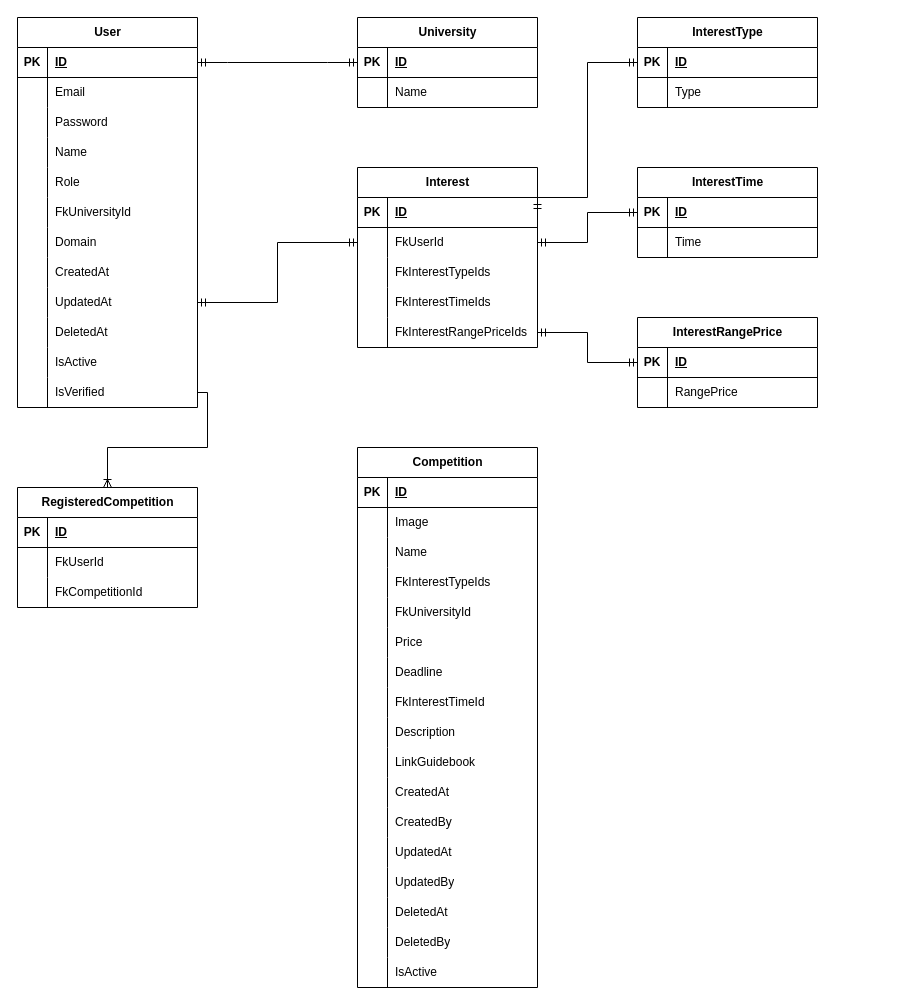
Above: compedia.drawio in centwong/Compedia-BE (draw.io), before the change. Source tidied: cells renumbered, new cells numbered last; positions are measured from the earlier drawing's top-left corner, leaving out a move shared by most shapes. Both pictures are drawn from the tidied source at 100%, with x=0, y=0 at pixel (17, 17).
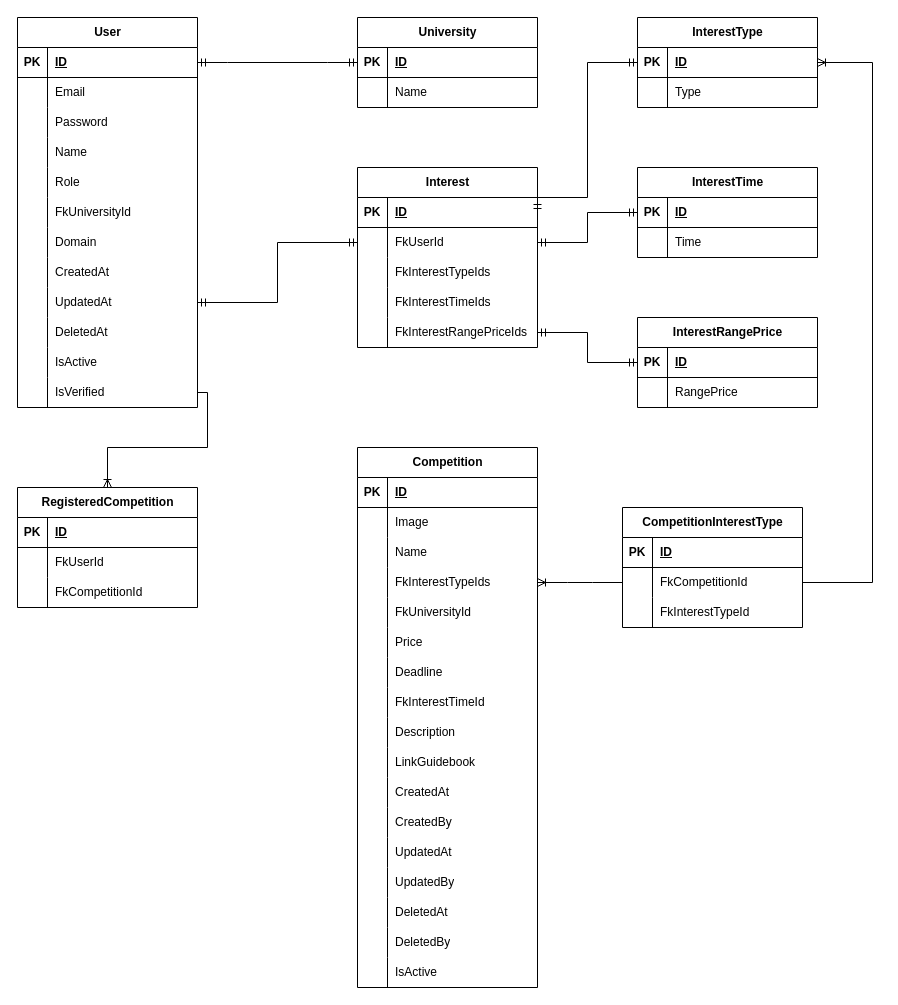
The same diagram, later.

The change refers to these unchanged cells:
```xml
<mxCell id="63" style="shape=tableRow;horizontal=0;startSize=0;swimlaneHead=0;swimlaneBody=0;fillColor=none;points=[[0,0.5],[1,0.5]];portConstraint=eastwest;top=0;left=0;right=0;bottom=1;" parent="62" vertex="1">
  <mxGeometry y="30" width="180" height="30" as="geometry" />
</mxCell>
<mxCell id="98" style="shape=tableRow;horizontal=0;startSize=0;swimlaneHead=0;swimlaneBody=0;fillColor=none;points=[[0,0.5],[1,0.5]];portConstraint=eastwest;top=0;left=0;right=0;bottom=0;" parent="88" vertex="1">
  <mxGeometry y="120" width="180" height="30" as="geometry" />
</mxCell>
```

The edit, as a diff of the source:
```diff
@@
+    <mxCell id="151" value="CompetitionInterestType" style="shape=table;startSize=30;childLayout=tableLayout;rowLines=0;fontStyle=1;align=center;html=1;" parent="1" vertex="1">
+      <mxGeometry x="605" y="490" width="180" height="120" as="geometry" />
+    </mxCell>
+    <mxCell id="152" style="shape=tableRow;horizontal=0;startSize=0;swimlaneHead=0;swimlaneBody=0;fillColor=none;top=0;left=0;right=0;bottom=1;" parent="151" vertex="1">
+      <mxGeometry y="30" width="180" height="30" as="geometry" />
+    </mxCell>
+    <mxCell id="153" value="PK" style="shape=partialRectangle;fillColor=none;top=0;left=0;bottom=0;right=0;fontStyle=1;overflow=hidden;whiteSpace=wrap;html=1;" parent="152" vertex="1">
+      <mxGeometry width="30" height="30" as="geometry" />
+    </mxCell>
+    <mxCell id="154" value="ID" style="shape=partialRectangle;fillColor=none;top=0;left=0;bottom=0;right=0;align=left;spacingLeft=6;fontStyle=5;overflow=hidden;whiteSpace=wrap;html=1;" parent="152" vertex="1">
+      <mxGeometry x="30" width="150" height="30" as="geometry" />
+    </mxCell>
+    <mxCell id="155" style="shape=tableRow;horizontal=0;startSize=0;swimlaneHead=0;swimlaneBody=0;fillColor=none;points=[[0,0.5],[1,0.5]];portConstraint=eastwest;top=0;left=0;right=0;bottom=0;" parent="151" vertex="1">
+      <mxGeometry y="60" width="180" height="30" as="geometry" />
+    </mxCell>
+    <mxCell id="156" style="shape=partialRectangle;fillColor=none;top=0;left=0;bottom=0;right=0;overflow=hidden;whiteSpace=wrap;html=1;" parent="155" vertex="1">
+      <mxGeometry width="30" height="30" as="geometry" />
+    </mxCell>
+    <mxCell id="157" value="FkCompetitionId" style="shape=partialRectangle;fillColor=none;top=0;left=0;bottom=0;right=0;align=left;spacingLeft=6;overflow=hidden;whiteSpace=wrap;html=1;" parent="155" vertex="1">
+      <mxGeometry x="30" width="150" height="30" as="geometry" />
+    </mxCell>
+    <mxCell id="158" style="shape=tableRow;horizontal=0;startSize=0;swimlaneHead=0;swimlaneBody=0;fillColor=none;top=0;left=0;right=0;bottom=0;" parent="151" vertex="1">
+      <mxGeometry y="90" width="180" height="30" as="geometry" />
+    </mxCell>
+    <mxCell id="159" style="shape=partialRectangle;fillColor=none;top=0;left=0;bottom=0;right=0;overflow=hidden;whiteSpace=wrap;html=1;" parent="158" vertex="1">
+      <mxGeometry width="30" height="30" as="geometry" />
+    </mxCell>
+    <mxCell id="160" value="FkInterestTypeId" style="shape=partialRectangle;fillColor=none;top=0;left=0;bottom=0;right=0;align=left;spacingLeft=6;overflow=hidden;whiteSpace=wrap;html=1;" parent="158" vertex="1">
+      <mxGeometry x="30" width="150" height="30" as="geometry" />
+    </mxCell>
+    <mxCell id="161" style="edgeStyle=entityRelationEdgeStyle;fontSize=12;html=1;endArrow=ERoneToMany;rounded=0;exitX=0;exitY=0.5;exitDx=0;exitDy=0;entryX=1;entryY=0.5;entryDx=0;entryDy=0;" parent="1" edge="1" source="155" target="98">
+      <mxGeometry relative="1" as="geometry" />
+    </mxCell>
+    <mxCell id="162" style="edgeStyle=orthogonalEdgeStyle;fontSize=12;html=1;endArrow=ERoneToMany;rounded=0;exitX=1;exitY=0.5;exitDx=0;exitDy=0;entryX=1;entryY=0.5;entryDx=0;entryDy=0;" parent="1" edge="1" source="155" target="63">
+      <mxGeometry relative="1" as="geometry">
+        <Array as="points">
+          <mxPoint x="855" y="565" />
+          <mxPoint x="855" y="45" />
+        </Array>
+      </mxGeometry>
+    </mxCell>
```
